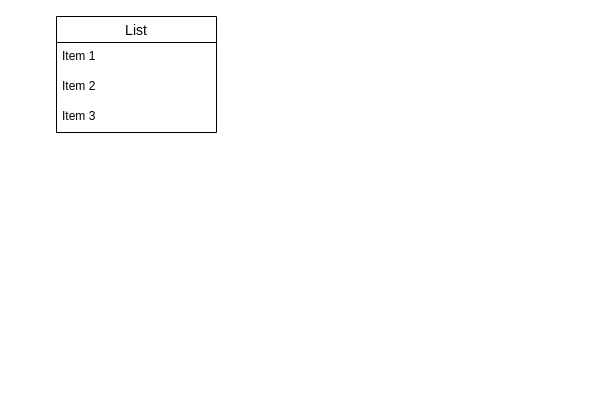
ytsurumis/hiyarihatt keeps this draw.io diagram as hiyarihatt.dio. Above is the earlier version. Source tidied: cells renumbered, new cells numbered last; positions are measured from the earlier drawing's top-left corner, leaving out a move shared by most shapes. Both pictures are drawn from the tidied source at 100%, with x=0, y=0 at pixel (56, 16).
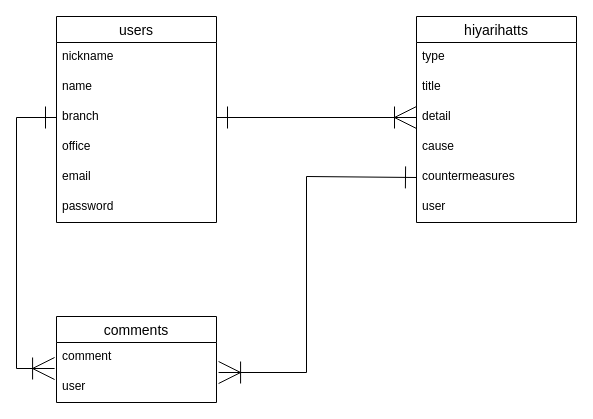
Above is the later version.

What changed in the source:
```diff
@@
-    <mxCell id="2" value="List" style="swimlane;fontStyle=0;horizontal=1;startSize=26;align=center;fontSize=14;" parent="1" vertex="1">
-      <mxGeometry width="160" height="116" as="geometry" />
+    <mxCell id="2" value="users" style="swimlane;fontStyle=0;horizontal=1;startSize=26;align=center;fontSize=14;" parent="1" vertex="1">
+      <mxGeometry width="160" height="206" as="geometry" />
     </mxCell>
-    <mxCell id="3" value="Item 1" style="text;strokeColor=none;fillColor=none;spacingLeft=4;spacingRight=4;overflow=hidden;fontSize=12;" parent="2" vertex="1">
+    <mxCell id="3" value="nickname" style="text;strokeColor=none;fillColor=none;spacingLeft=4;spacingRight=4;overflow=hidden;fontSize=12;" parent="2" vertex="1">
       <mxGeometry y="26" width="160" height="30" as="geometry" />
     </mxCell>
-    <mxCell id="4" value="Item 2" style="text;strokeColor=none;fillColor=none;spacingLeft=4;spacingRight=4;overflow=hidden;fontSize=12;" parent="2" vertex="1">
+    <mxCell id="4" value="name" style="text;strokeColor=none;fillColor=none;spacingLeft=4;spacingRight=4;overflow=hidden;fontSize=12;" parent="2" vertex="1">
       <mxGeometry y="56" width="160" height="30" as="geometry" />
     </mxCell>
-    <mxCell id="5" value="Item 3" style="text;strokeColor=none;fillColor=none;spacingLeft=4;spacingRight=4;overflow=hidden;points=[[0,0.5],[1,0.5]];portConstraint=eastwest;fontSize=12;" parent="2" vertex="1">
+    <mxCell id="5" value="branch" style="text;strokeColor=none;fillColor=none;spacingLeft=4;spacingRight=4;overflow=hidden;points=[[0,0.5],[1,0.5]];portConstraint=eastwest;fontSize=12;" parent="2" vertex="1">
       <mxGeometry y="86" width="160" height="30" as="geometry" />
     </mxCell>
+    <mxCell id="6" value="office" style="text;strokeColor=none;fillColor=none;spacingLeft=4;spacingRight=4;overflow=hidden;fontSize=12;" parent="2" vertex="1">
+      <mxGeometry y="116" width="160" height="30" as="geometry" />
+    </mxCell>
+    <mxCell id="7" value="email" style="text;strokeColor=none;fillColor=none;spacingLeft=4;spacingRight=4;overflow=hidden;fontSize=12;" parent="2" vertex="1">
+      <mxGeometry y="146" width="160" height="30" as="geometry" />
+    </mxCell>
+    <mxCell id="8" value="password" style="text;strokeColor=none;fillColor=none;spacingLeft=4;spacingRight=4;overflow=hidden;fontSize=12;" parent="2" vertex="1">
+      <mxGeometry y="176" width="160" height="30" as="geometry" />
+    </mxCell>
+    <mxCell id="9" value="hiyarihatts" style="swimlane;fontStyle=0;horizontal=1;startSize=26;align=center;fontSize=14;" parent="1" vertex="1">
+      <mxGeometry x="360" width="160" height="206" as="geometry" />
+    </mxCell>
+    <mxCell id="10" value="type" style="text;strokeColor=none;fillColor=none;spacingLeft=4;spacingRight=4;overflow=hidden;fontSize=12;" parent="9" vertex="1">
+      <mxGeometry y="26" width="160" height="30" as="geometry" />
+    </mxCell>
+    <mxCell id="11" value="title" style="text;strokeColor=none;fillColor=none;spacingLeft=4;spacingRight=4;overflow=hidden;fontSize=12;" parent="9" vertex="1">
+      <mxGeometry y="56" width="160" height="30" as="geometry" />
+    </mxCell>
+    <mxCell id="12" value="detail" style="text;strokeColor=none;fillColor=none;spacingLeft=4;spacingRight=4;overflow=hidden;points=[[0,0.5],[1,0.5]];portConstraint=eastwest;fontSize=12;" parent="9" vertex="1">
+      <mxGeometry y="86" width="160" height="30" as="geometry" />
+    </mxCell>
+    <mxCell id="13" value="cause" style="text;strokeColor=none;fillColor=none;spacingLeft=4;spacingRight=4;overflow=hidden;fontSize=12;" parent="9" vertex="1">
+      <mxGeometry y="116" width="160" height="30" as="geometry" />
+    </mxCell>
+    <mxCell id="14" value="countermeasures" style="text;strokeColor=none;fillColor=none;spacingLeft=4;spacingRight=4;overflow=hidden;points=[[0,0.5],[1,0.5]];portConstraint=eastwest;fontSize=12;" parent="9" vertex="1">
+      <mxGeometry y="146" width="160" height="30" as="geometry" />
+    </mxCell>
+    <mxCell id="15" value="user" style="text;strokeColor=none;fillColor=none;spacingLeft=4;spacingRight=4;overflow=hidden;fontSize=12;" parent="9" vertex="1">
+      <mxGeometry y="176" width="160" height="30" as="geometry" />
+    </mxCell>
+    <mxCell id="16" value="comments" style="swimlane;fontStyle=0;horizontal=1;startSize=26;align=center;fontSize=14;" parent="1" vertex="1">
+      <mxGeometry y="300" width="160" height="86" as="geometry" />
+    </mxCell>
+    <mxCell id="17" value="comment" style="text;strokeColor=none;fillColor=none;spacingLeft=4;spacingRight=4;overflow=hidden;points=[[0,0.5],[1,0.5]];portConstraint=eastwest;fontSize=12;" parent="16" vertex="1">
+      <mxGeometry y="26" width="160" height="30" as="geometry" />
+    </mxCell>
+    <mxCell id="18" value="user" style="text;strokeColor=none;fillColor=none;spacingLeft=4;spacingRight=4;overflow=hidden;points=[[0,0.5],[1,0.5]];portConstraint=eastwest;fontSize=12;" parent="16" vertex="1">
+      <mxGeometry y="56" width="160" height="30" as="geometry" />
+    </mxCell>
+    <mxCell id="19" style="edgeStyle=none;rounded=0;html=1;exitX=1;exitY=0.5;exitDx=0;exitDy=0;entryX=0;entryY=0.5;entryDx=0;entryDy=0;strokeWidth=1;endArrow=ERoneToMany;endFill=0;endSize=20;sourcePerimeterSpacing=0;targetPerimeterSpacing=0;startArrow=ERone;startFill=0;startSize=20;" parent="1" edge="1" source="5" target="12">
+      <mxGeometry relative="1" as="geometry" />
+    </mxCell>
+    <mxCell id="20" style="edgeStyle=none;rounded=0;html=1;exitX=0;exitY=0.5;exitDx=0;exitDy=0;entryX=-0.012;entryY=0.867;entryDx=0;entryDy=0;entryPerimeter=0;strokeWidth=1;startArrow=ERone;startFill=0;endArrow=ERoneToMany;endFill=0;startSize=20;endSize=20;sourcePerimeterSpacing=0;targetPerimeterSpacing=0;" parent="1" edge="1" source="5" target="17">
+      <mxGeometry relative="1" as="geometry">
+        <Array as="points">
+          <mxPoint x="-40" y="101" />
+          <mxPoint x="-40" y="352" />
+        </Array>
+      </mxGeometry>
+    </mxCell>
+    <mxCell id="21" style="edgeStyle=none;rounded=0;html=1;exitX=0;exitY=0.5;exitDx=0;exitDy=0;entryX=1.013;entryY=0;entryDx=0;entryDy=0;entryPerimeter=0;strokeWidth=1;startArrow=ERone;startFill=0;endArrow=ERoneToMany;endFill=0;startSize=20;endSize=20;sourcePerimeterSpacing=0;targetPerimeterSpacing=0;" parent="1" edge="1" source="14" target="18">
+      <mxGeometry relative="1" as="geometry">
+        <Array as="points">
+          <mxPoint x="250" y="160" />
+          <mxPoint x="250" y="356" />
+        </Array>
+      </mxGeometry>
+    </mxCell>
```
